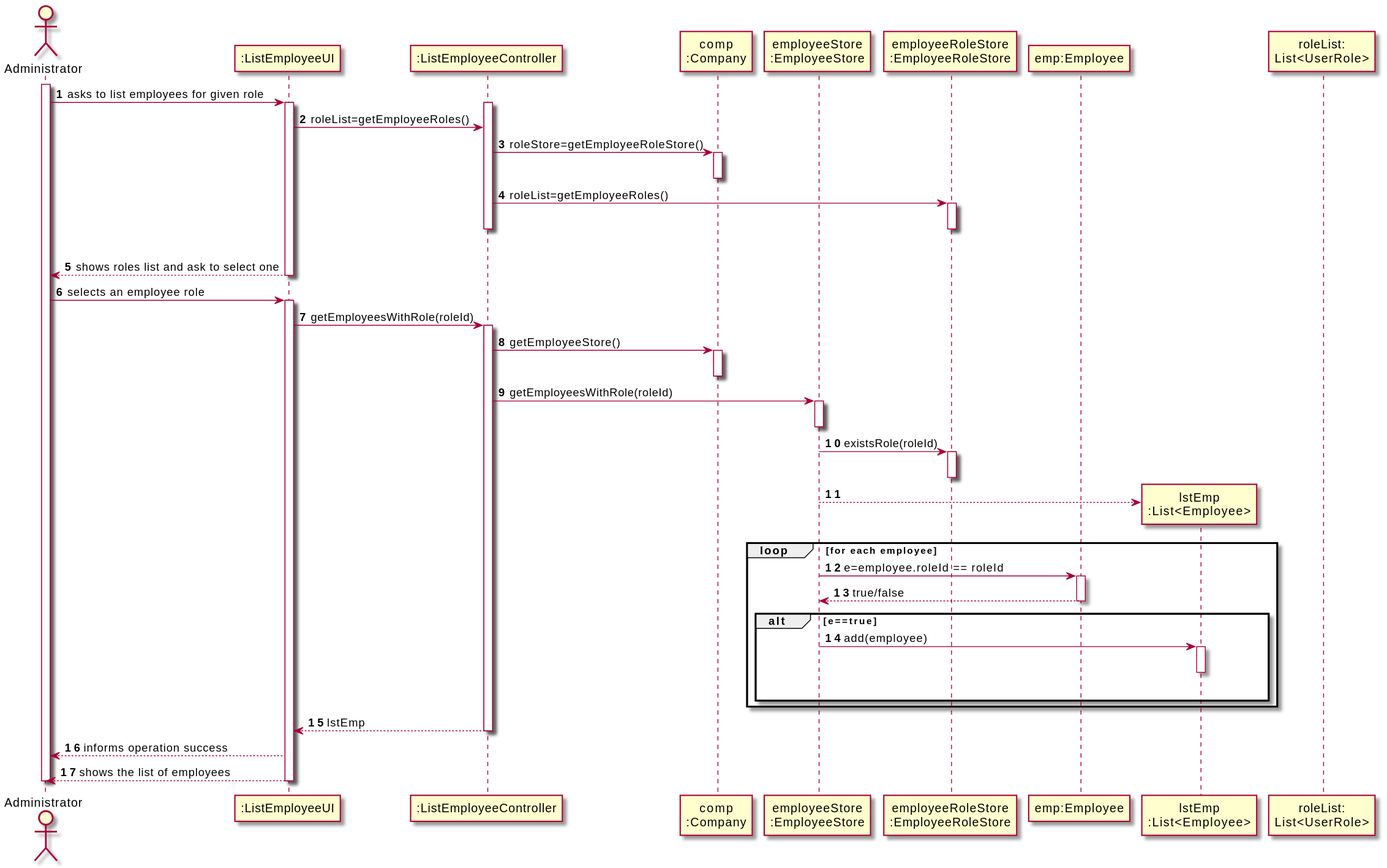
Before: docs/SprintB/US11/SD/US11_SD.svg, a diagram exported from PlantUML (miseEnPlace-i/lapr2).
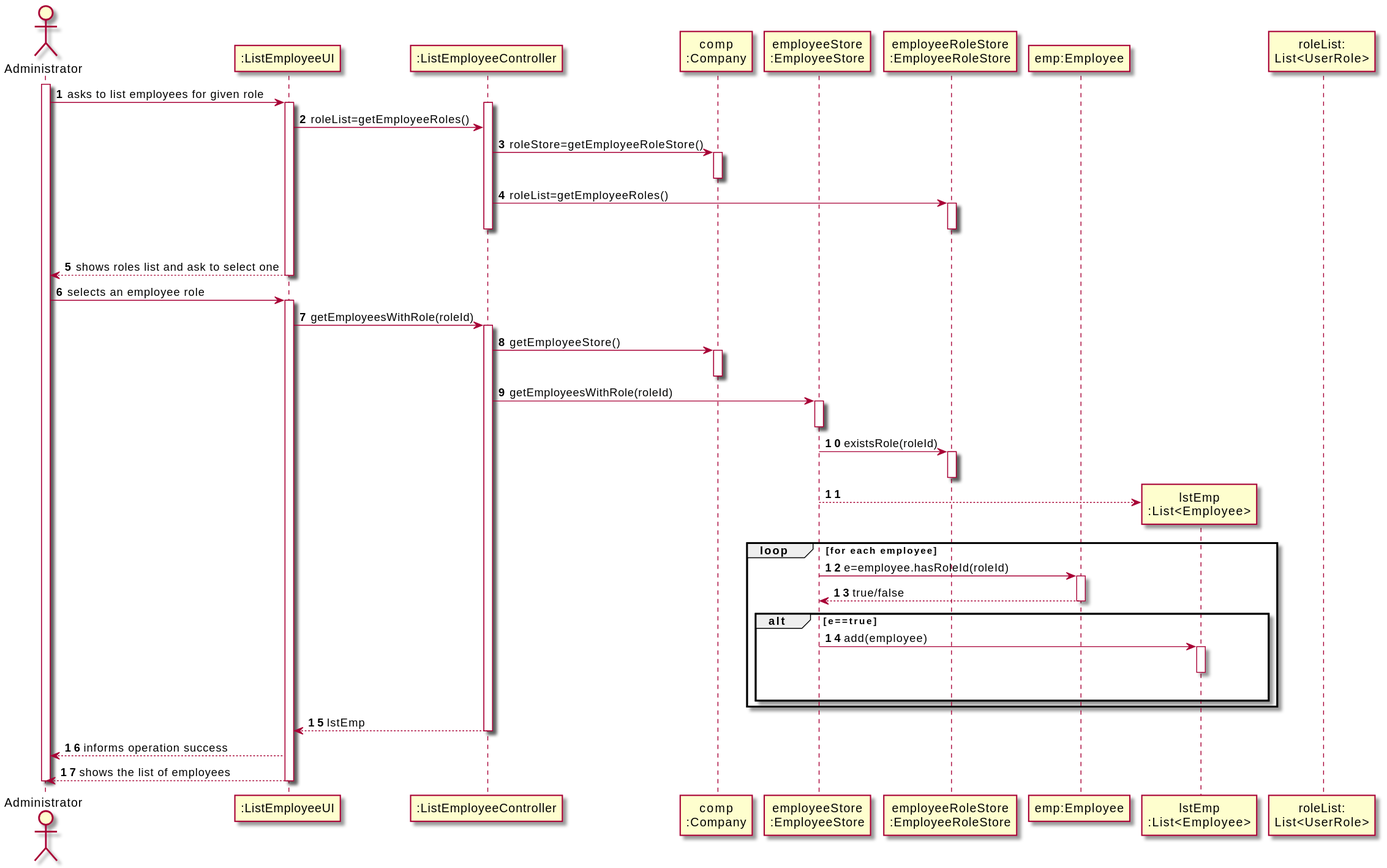
Above is the later version.

Commit message:
fix(US11): removed user-employee relation & fixed diagrams

Change to the diagram source:
```diff
@@ -46,7 +46,7 @@
 EMPS --> LST
 
 loop for each employee
-    EMPS -> EMP: e=employee.roleId == roleId
+    EMPS -> EMP: e=employee.hasRoleId(roleId)
   activate EMP
     EMP --> EMPS: true/false
   deactivate EMP
```
